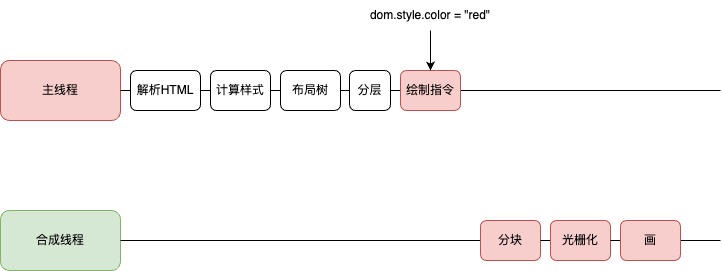
JYbill/draw keeps this draw.io diagram as 浏览器:重绘repaint.drawio.png. Above is the earlier version. Source tidied: cells renumbered, new cells last; positions are measured from the earlier drawing's top-left corner, leaving out a move shared by most shapes. Source of this version:
```xml
<mxGraphModel>
  <root>
    <mxCell id="0" />
    <mxCell id="1" parent="0" />
    <mxCell id="2" value="主线程" style="rounded=1;whiteSpace=wrap;html=1;fillColor=#f8cecc;strokeColor=#b85450;" parent="1" vertex="1">
      <mxGeometry y="60" width="120" height="60" as="geometry" />
    </mxCell>
    <mxCell id="3" style="endArrow=none;html=1;rounded=0;exitX=1;exitY=0.5;exitDx=0;exitDy=0;" parent="1" edge="1" source="15">
      <mxGeometry relative="1" as="geometry">
        <mxPoint x="720" y="90" as="targetPoint" />
      </mxGeometry>
    </mxCell>
    <mxCell id="4" style="edgeStyle=orthogonalEdgeStyle;rounded=0;jettySize=auto;html=1;exitX=1;exitY=0.5;exitDx=0;exitDy=0;entryX=0;entryY=0.5;entryDx=0;entryDy=0;endArrow=none;endFill=0;" parent="1" edge="1" source="5" target="7">
      <mxGeometry relative="1" as="geometry" />
    </mxCell>
    <mxCell id="5" value="解析HTML" style="rounded=1;whiteSpace=wrap;html=1;" parent="1" vertex="1">
      <mxGeometry x="130" y="70" width="70" height="40" as="geometry" />
    </mxCell>
    <mxCell id="6" style="edgeStyle=orthogonalEdgeStyle;rounded=0;jettySize=auto;html=1;exitX=1;exitY=0.5;exitDx=0;exitDy=0;entryX=0;entryY=0.5;entryDx=0;entryDy=0;endArrow=none;endFill=0;" parent="1" edge="1" source="7" target="11">
      <mxGeometry relative="1" as="geometry" />
    </mxCell>
    <mxCell id="7" value="计算样式" style="rounded=1;whiteSpace=wrap;html=1;" parent="1" vertex="1">
      <mxGeometry x="210" y="70" width="60" height="40" as="geometry" />
    </mxCell>
    <mxCell id="8" value="合成线程" style="rounded=1;whiteSpace=wrap;html=1;fillColor=#d5e8d4;strokeColor=#82b366;" parent="1" vertex="1">
      <mxGeometry y="210" width="120" height="60" as="geometry" />
    </mxCell>
    <mxCell id="9" style="endArrow=none;html=1;rounded=0;exitX=1;exitY=0.5;exitDx=0;exitDy=0;endFill=0;" parent="1" edge="1" source="21">
      <mxGeometry relative="1" as="geometry">
        <mxPoint x="720" y="240" as="targetPoint" />
      </mxGeometry>
    </mxCell>
    <mxCell id="10" style="endArrow=none;html=1;rounded=0;exitX=1;exitY=0.5;exitDx=0;exitDy=0;entryX=0;entryY=0.5;entryDx=0;entryDy=0;" parent="1" edge="1" source="2" target="5">
      <mxGeometry relative="1" as="geometry" />
    </mxCell>
    <mxCell id="11" value="布局树" style="rounded=1;whiteSpace=wrap;html=1;" parent="1" vertex="1">
      <mxGeometry x="280" y="70" width="60" height="40" as="geometry" />
    </mxCell>
    <mxCell id="12" style="endArrow=none;html=1;rounded=0;exitX=1;exitY=0.5;exitDx=0;exitDy=0;" parent="1" edge="1" source="11" target="13">
      <mxGeometry relative="1" as="geometry" />
    </mxCell>
    <mxCell id="13" value="分层" style="rounded=1;whiteSpace=wrap;html=1;" parent="1" vertex="1">
      <mxGeometry x="349" y="70" width="41" height="40" as="geometry" />
    </mxCell>
    <mxCell id="14" style="endArrow=none;html=1;rounded=0;exitX=1;exitY=0.5;exitDx=0;exitDy=0;" parent="1" edge="1" source="13" target="15">
      <mxGeometry relative="1" as="geometry" />
    </mxCell>
    <mxCell id="15" value="绘制指令" style="rounded=1;whiteSpace=wrap;html=1;fillColor=#f8cecc;strokeColor=#b85450;" parent="1" vertex="1">
      <mxGeometry x="400" y="70" width="60" height="40" as="geometry" />
    </mxCell>
    <mxCell id="16" style="endArrow=none;html=1;rounded=0;exitX=1;exitY=0.5;exitDx=0;exitDy=0;endFill=0;" parent="1" edge="1" source="8" target="17">
      <mxGeometry relative="1" as="geometry" />
    </mxCell>
    <mxCell id="17" value="分块" style="rounded=1;whiteSpace=wrap;html=1;fillColor=#f8cecc;strokeColor=#b85450;" parent="1" vertex="1">
      <mxGeometry x="480" y="220" width="60" height="40" as="geometry" />
    </mxCell>
    <mxCell id="18" style="endArrow=none;html=1;rounded=0;exitX=1;exitY=0.5;exitDx=0;exitDy=0;endFill=0;" parent="1" edge="1" source="17" target="19">
      <mxGeometry relative="1" as="geometry" />
    </mxCell>
    <mxCell id="19" value="光栅化" style="rounded=1;whiteSpace=wrap;html=1;fillColor=#f8cecc;strokeColor=#b85450;" parent="1" vertex="1">
      <mxGeometry x="550" y="220" width="60" height="40" as="geometry" />
    </mxCell>
    <mxCell id="20" style="endArrow=none;html=1;rounded=0;exitX=1;exitY=0.5;exitDx=0;exitDy=0;endFill=0;" parent="1" edge="1" source="19" target="21">
      <mxGeometry relative="1" as="geometry" />
    </mxCell>
    <mxCell id="21" value="画" style="rounded=1;whiteSpace=wrap;html=1;fillColor=#f8cecc;strokeColor=#b85450;" parent="1" vertex="1">
      <mxGeometry x="620" y="220" width="60" height="40" as="geometry" />
    </mxCell>
    <mxCell id="22" style="edgeStyle=orthogonalEdgeStyle;rounded=0;jettySize=auto;html=1;exitX=0.5;exitY=1;exitDx=0;exitDy=0;" parent="1" edge="1" source="23">
      <mxGeometry relative="1" as="geometry">
        <mxPoint x="430" y="70" as="targetPoint" />
      </mxGeometry>
    </mxCell>
    <mxCell id="23" value="dom.style.color = &quot;red&quot;" style="text;html=1;strokeColor=none;fillColor=none;align=center;verticalAlign=middle;whiteSpace=wrap;rounded=0;" parent="1" vertex="1">
      <mxGeometry x="350" width="160" height="30" as="geometry" />
    </mxCell>
  </root>
</mxGraphModel>
```
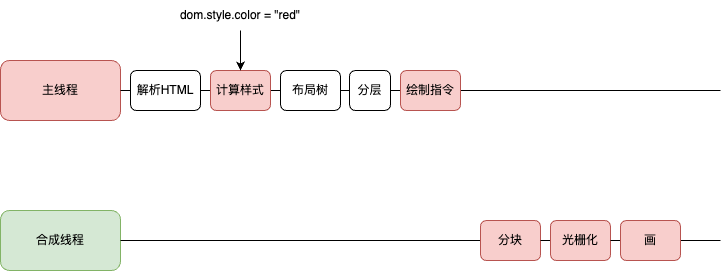
After the commit.

Commit message:
更新浏览器:重绘repaint.drawio.png

Diff of the diagram source:
```diff
@@ -19,7 +19,7 @@
     <mxCell id="6" style="edgeStyle=orthogonalEdgeStyle;rounded=0;jettySize=auto;html=1;exitX=1;exitY=0.5;exitDx=0;exitDy=0;entryX=0;entryY=0.5;entryDx=0;entryDy=0;endArrow=none;endFill=0;" parent="1" edge="1" source="7" target="11">
       <mxGeometry relative="1" as="geometry" />
     </mxCell>
-    <mxCell id="7" value="计算样式" style="rounded=1;whiteSpace=wrap;html=1;" parent="1" vertex="1">
+    <mxCell id="7" value="计算样式" style="rounded=1;whiteSpace=wrap;html=1;fillColor=#f8cecc;strokeColor=#b85450;" parent="1" vertex="1">
       <mxGeometry x="210" y="70" width="60" height="40" as="geometry" />
     </mxCell>
     <mxCell id="8" value="合成线程" style="rounded=1;whiteSpace=wrap;html=1;fillColor=#d5e8d4;strokeColor=#82b366;" parent="1" vertex="1">
@@ -68,11 +68,11 @@
     </mxCell>
     <mxCell id="22" style="edgeStyle=orthogonalEdgeStyle;rounded=0;jettySize=auto;html=1;exitX=0.5;exitY=1;exitDx=0;exitDy=0;" parent="1" edge="1" source="23">
       <mxGeometry relative="1" as="geometry">
-        <mxPoint x="430" y="70" as="targetPoint" />
+        <mxPoint x="240" y="70" as="targetPoint" />
       </mxGeometry>
     </mxCell>
     <mxCell id="23" value="dom.style.color = &quot;red&quot;" style="text;html=1;strokeColor=none;fillColor=none;align=center;verticalAlign=middle;whiteSpace=wrap;rounded=0;" parent="1" vertex="1">
-      <mxGeometry x="350" width="160" height="30" as="geometry" />
+      <mxGeometry x="160" width="160" height="30" as="geometry" />
     </mxCell>
   </root>
 </mxGraphModel>
```
